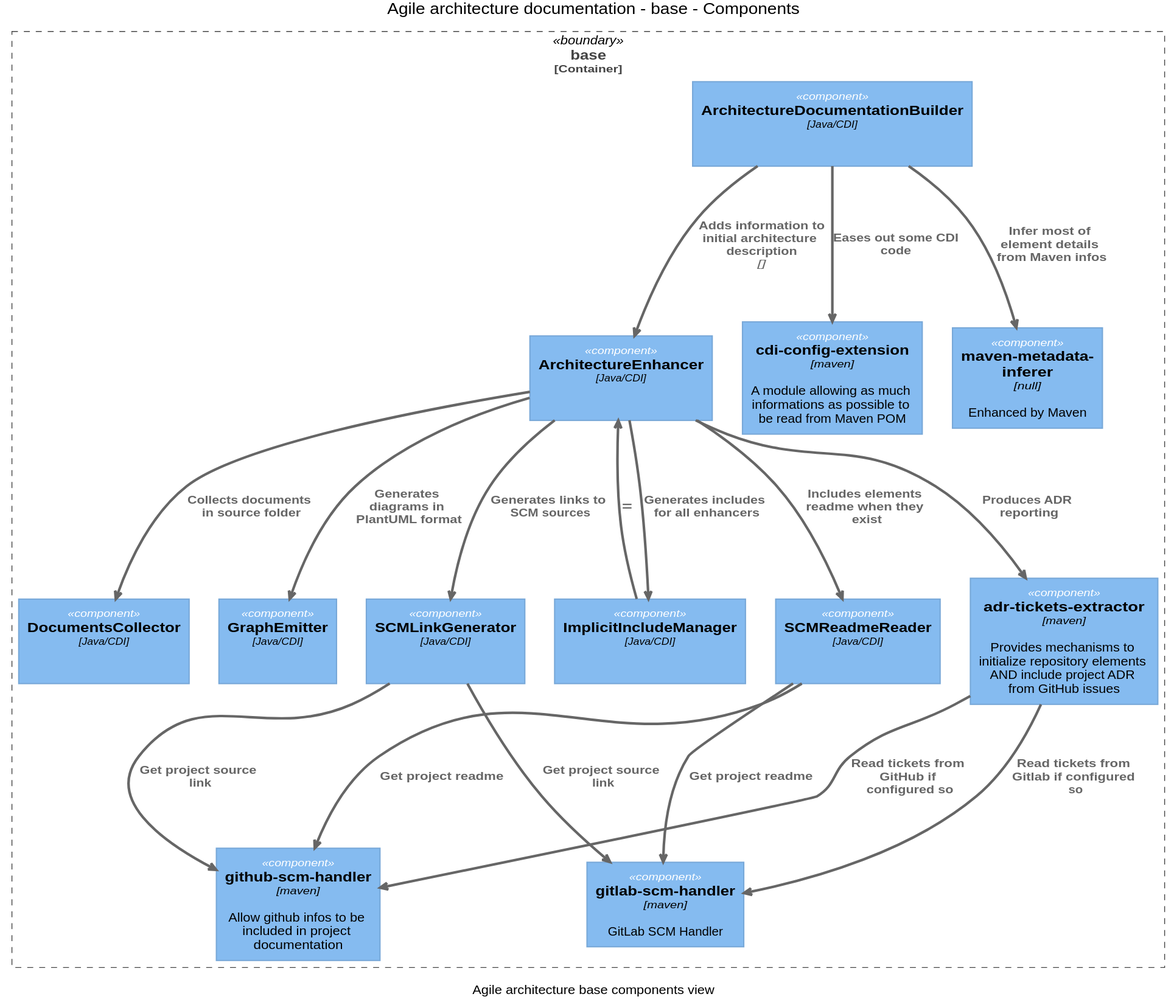
mmacphail/agile-architecture-documentation-system keeps this PlantUML diagram as images/agile.architecture.base.components.svg. Above is the earlier version.
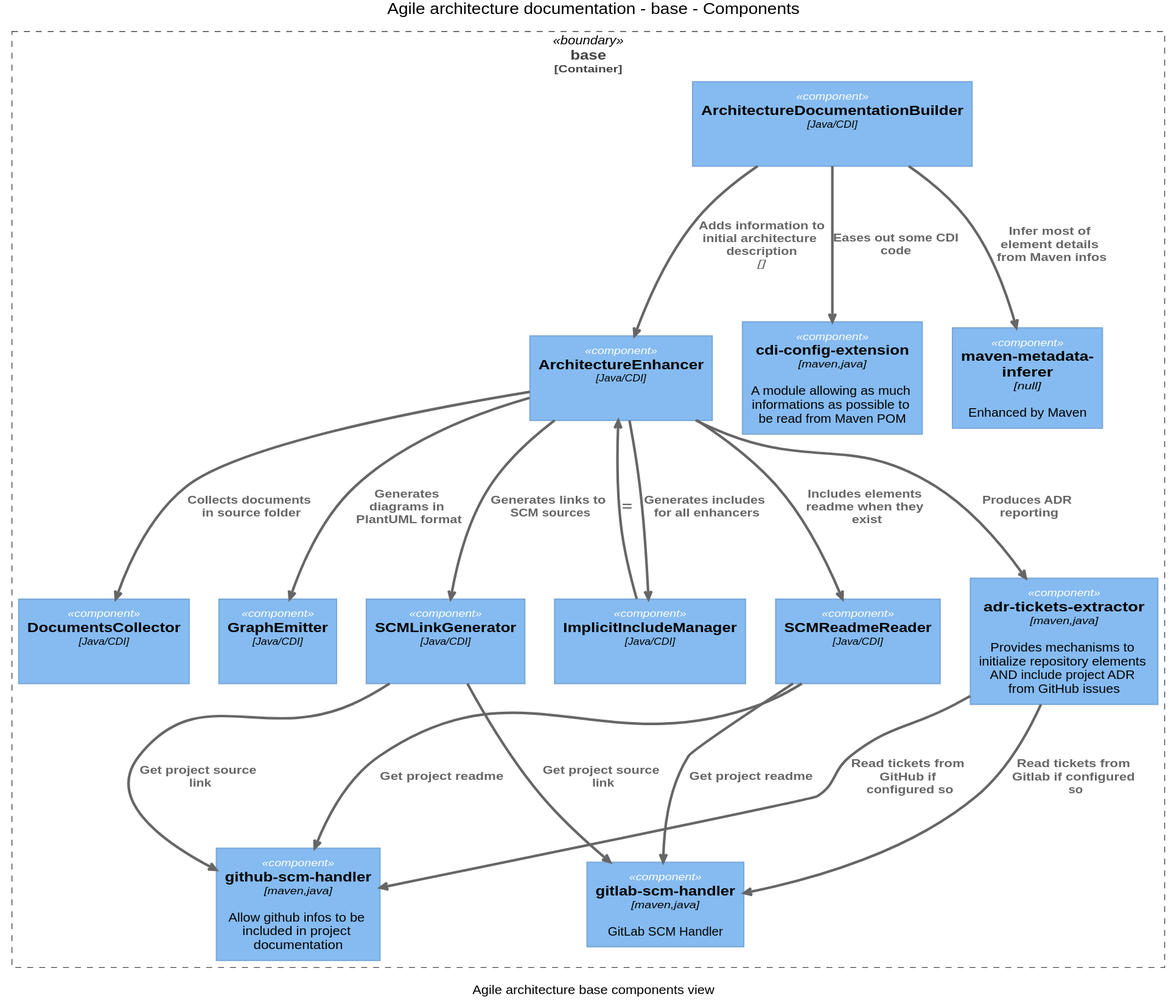
After the commit.

Change to the diagram source:
```diff
@@ -455,32 +455,32 @@
 }
 rectangle "==base\n<size:12>[Container]</size>" <<boundary>> as 10_boundary {
   rectangle "==ArchitectureDocumentationBuilder\n//<size:12>[Java/CDI]</size>//\n\n " <<component>> as 14
-  rectangle "==ArchitectureEnhancer\n//<size:12>[Java/CDI]</size>//\n\n " <<component>> as 16
-  rectangle "==DocumentsCollector\n//<size:12>[Java/CDI]</size>//\n\n " <<component>> as 13
-  rectangle "==GraphEmitter\n//<size:12>[Java/CDI]</size>//\n\n " <<component>> as 17
-  rectangle "==ImplicitIncludeManager\n//<size:12>[Java/CDI]</size>//\n\n " <<component>> as 12
-  rectangle "==SCMLinkGenerator\n//<size:12>[Java/CDI]</size>//\n\n " <<component>> as 11
-  rectangle "==SCMReadmeReader\n//<size:12>[Java/CDI]</size>//\n\n " <<component>> as 15
-  rectangle "==adr-tickets-extractor\n//<size:12>[maven]</size>//\n\n Provides mechanisms to initialize repository elements AND include project ADR from GitHub issues" <<component>> as 32
-  rectangle "==cdi-config-extension\n//<size:12>[maven]</size>//\n\n A module allowing as much informations as possible to be read from Maven POM" <<component>> as 36
-  rectangle "==github-scm-handler\n//<size:12>[maven]</size>//\n\n Allow github infos to be included in project documentation" <<component>> as 26
-  rectangle "==gitlab-scm-handler\n//<size:12>[maven]</size>//\n\n GitLab SCM Handler" <<component>> as 29
+  rectangle "==ArchitectureEnhancer\n//<size:12>[Java/CDI]</size>//\n\n " <<component>> as 17
+  rectangle "==DocumentsCollector\n//<size:12>[Java/CDI]</size>//\n\n " <<component>> as 16
+  rectangle "==GraphEmitter\n//<size:12>[Java/CDI]</size>//\n\n " <<component>> as 15
+  rectangle "==ImplicitIncludeManager\n//<size:12>[Java/CDI]</size>//\n\n " <<component>> as 13
+  rectangle "==SCMLinkGenerator\n//<size:12>[Java/CDI]</size>//\n\n " <<component>> as 12
+  rectangle "==SCMReadmeReader\n//<size:12>[Java/CDI]</size>//\n\n " <<component>> as 11
+  rectangle "==adr-tickets-extractor\n//<size:12>[maven,java]</size>//\n\n Provides mechanisms to initialize repository elements AND include project ADR from GitHub issues" <<component>> as 32
+  rectangle "==cdi-config-extension\n//<size:12>[maven,java]</size>//\n\n A module allowing as much informations as possible to be read from Maven POM" <<component>> as 36
+  rectangle "==github-scm-handler\n//<size:12>[maven,java]</size>//\n\n Allow github infos to be included in project documentation" <<component>> as 26
+  rectangle "==gitlab-scm-handler\n//<size:12>[maven,java]</size>//\n\n GitLab SCM Handler" <<component>> as 29
   rectangle "==maven-metadata-inferer\n//<size:12>[null]</size>//\n\n Enhanced by Maven" <<component>> as 38
 }
-14 -DOWN-> 16 : "===Adds information to initial architecture description\n//<size:12>[]</size>//"
+14 -DOWN-> 17 : "===Adds information to initial architecture description\n//<size:12>[]</size>//"
 14 -DOWN-> 36 : "===Eases out some CDI code"
 14 -DOWN-> 38 : "===Infer most of element details from Maven infos"
-16 -DOWN-> 13 : "===Collects documents in source folder"
-16 -DOWN-> 17 : "===Generates diagrams in PlantUML format"
-16 -DOWN-> 12 : "===Generates includes for all enhancers"
-16 -DOWN-> 11 : "===Generates links to SCM sources"
-16 -DOWN-> 15 : "===Includes elements readme when they exist"
-16 -DOWN-> 32 : "===Produces ADR reporting"
-12 -DOWN-> 16 : "==="
-11 -DOWN-> 26 : "===Get project source link"
-11 -DOWN-> 29 : "===Get project source link"
-15 -DOWN-> 26 : "===Get project readme"
-15 -DOWN-> 29 : "===Get project readme"
+17 -DOWN-> 16 : "===Collects documents in source folder"
+17 -DOWN-> 15 : "===Generates diagrams in PlantUML format"
+17 -DOWN-> 13 : "===Generates includes for all enhancers"
+17 -DOWN-> 12 : "===Generates links to SCM sources"
+17 -DOWN-> 11 : "===Includes elements readme when they exist"
+17 -DOWN-> 32 : "===Produces ADR reporting"
+13 -DOWN-> 17 : "==="
+12 -DOWN-> 26 : "===Get project source link"
+12 -DOWN-> 29 : "===Get project source link"
+11 -DOWN-> 26 : "===Get project readme"
+11 -DOWN-> 29 : "===Get project readme"
 32 -DOWN-> 26 : "===Read tickets from GitHub if configured so"
 32 -DOWN-> 29 : "===Read tickets from Gitlab if configured so"
 @enduml
```
